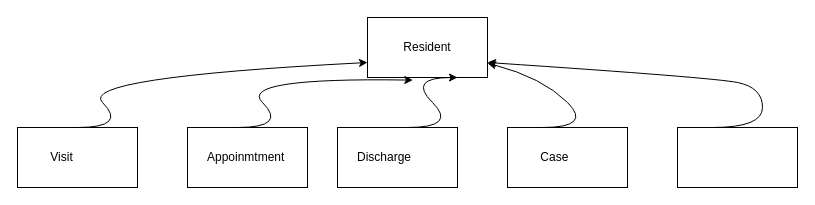
The draw.io diagram Untitled Diagram.drawio in pavanmanideep/Tools, before the edit. Source tidied: cells renumbered, new cells numbered last; positions are measured from the earlier drawing's top-left corner, leaving out a move shared by most shapes. Both pictures are drawn from the tidied source at 100%, with x=0, y=0 at pixel (17, 17).
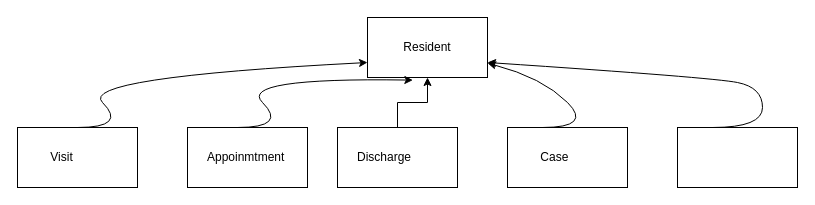
The same diagram, later.

The change refers to these unchanged cells:
```xml
<mxCell id="2" value="Resident&lt;br&gt;" style="rounded=0;whiteSpace=wrap;html=1;" parent="1" vertex="1">
  <mxGeometry x="350" width="120" height="60" as="geometry" />
</mxCell>
<mxCell id="4" value="Discharge&lt;span style=&quot;white-space: pre;&quot;&gt;&#9;&lt;/span&gt;" style="rounded=0;whiteSpace=wrap;html=1;" parent="1" vertex="1">
  <mxGeometry x="320" y="110" width="120" height="60" as="geometry" />
</mxCell>
```

Change to the diagram source:
```diff
@@
+    <mxCell id="13" style="edgeStyle=orthogonalEdgeStyle;rounded=0;jettySize=auto;html=1;" parent="1" edge="1" source="4" target="2">
+      <mxGeometry relative="1" as="geometry" />
+    </mxCell>
@@
-    <mxCell id="10" style="curved=1;endArrow=classic;html=1;rounded=0;" parent="1" edge="1">
-      <mxGeometry relative="1" as="geometry">
-        <mxPoint x="390" y="110" as="sourcePoint" />
-        <mxPoint x="440" y="60" as="targetPoint" />
-        <Array as="points">
-          <mxPoint x="440" y="110" />
-          <mxPoint x="390" y="60" />
-        </Array>
-      </mxGeometry>
-    </mxCell>
```
